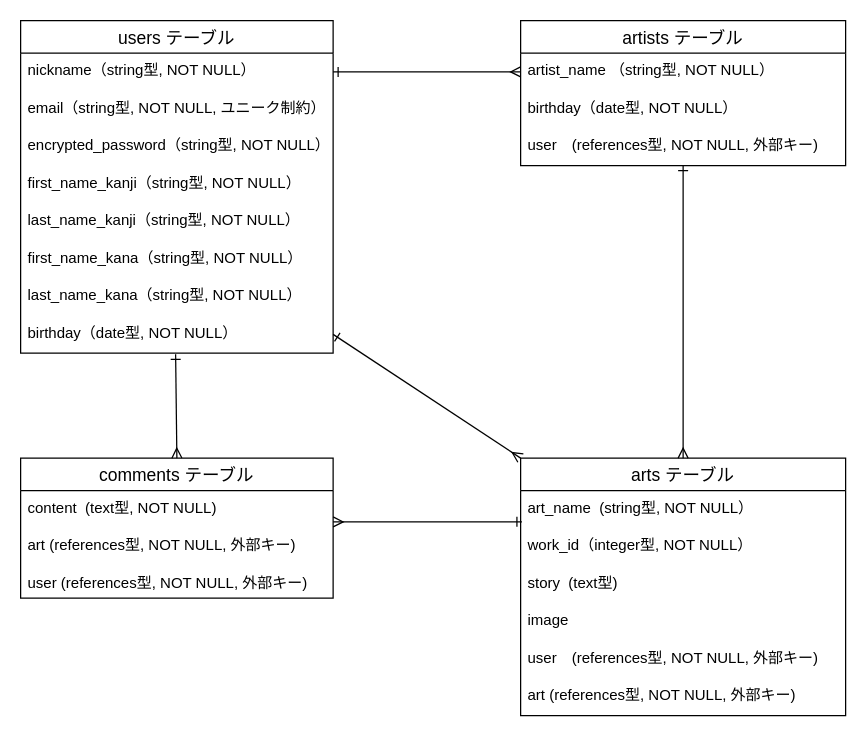
Tanaka925/original_app keeps this draw.io diagram as test.dio. Above is the earlier version. Source tidied: cells renumbered, new cells numbered last; positions are measured from the earlier drawing's top-left corner, leaving out a move shared by most shapes. Both pictures are drawn from the tidied source at 125%, with x=0, y=0 at pixel (20, 20).
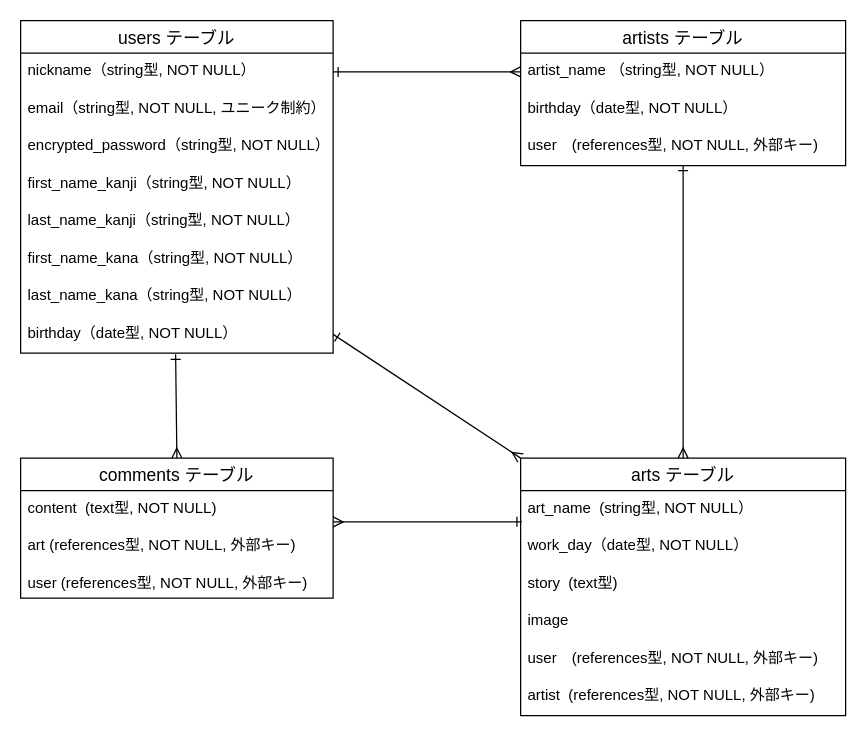
Above is the later version.

The change refers to these unchanged cells:
```xml
<mxCell id="16" value="arts テーブル" style="swimlane;fontStyle=0;horizontal=1;startSize=26;align=center;fontSize=14;" parent="1" vertex="1">
  <mxGeometry x="400" y="350" width="260" height="206" as="geometry" />
</mxCell>
```

What changed in the source:
```diff
@@
-    <mxCell id="18" value="work_id（integer型, NOT NULL）" style="text;strokeColor=none;fillColor=none;spacingLeft=4;spacingRight=4;overflow=hidden;fontSize=12;" parent="16" vertex="1">
+    <mxCell id="18" value="work_day（date型, NOT NULL）" style="text;strokeColor=none;fillColor=none;spacingLeft=4;spacingRight=4;overflow=hidden;fontSize=12;" parent="16" vertex="1">
       <mxGeometry y="56" width="260" height="30" as="geometry" />
     </mxCell>
@@
-    <mxCell id="22" value="art (references型, NOT NULL, 外部キー)" style="text;strokeColor=none;fillColor=none;spacingLeft=4;spacingRight=4;overflow=hidden;fontSize=12;" parent="16" vertex="1">
+    <mxCell id="22" value="artist  (references型, NOT NULL, 外部キー)" style="text;strokeColor=none;fillColor=none;spacingLeft=4;spacingRight=4;overflow=hidden;fontSize=12;" parent="16" vertex="1">
       <mxGeometry y="176" width="260" height="30" as="geometry" />
     </mxCell>
```
